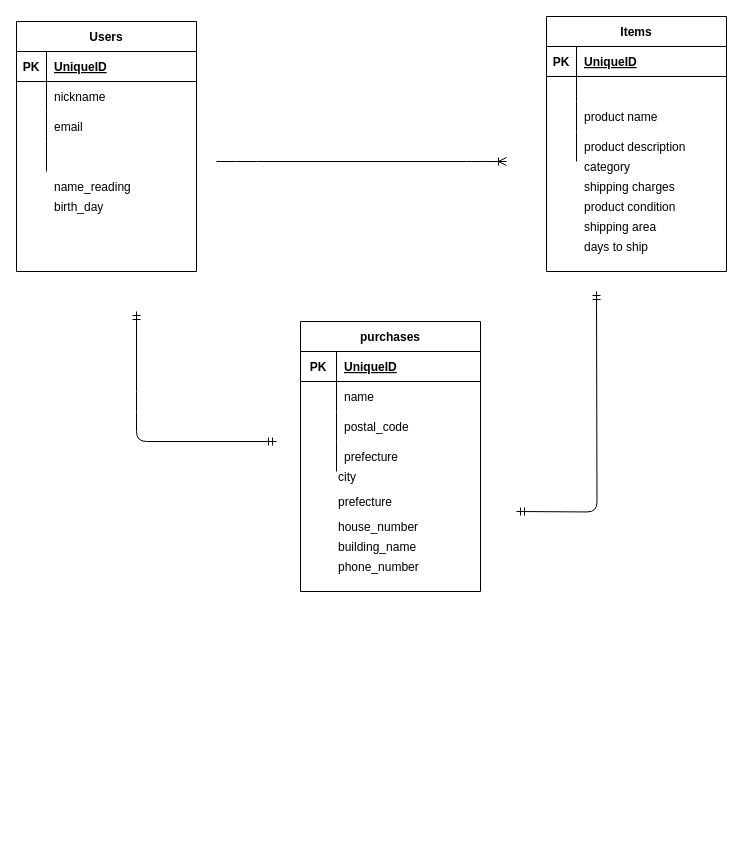
This is test.dio from YAIBA4869/furima-36468, a draw.io file, before an edit. Source tidied: cells renumbered, new cells numbered last; positions are measured from the earlier drawing's top-left corner, leaving out a move shared by most shapes. Both pictures are drawn from the tidied source at 100%, with x=0, y=0 at pixel (16, 16).
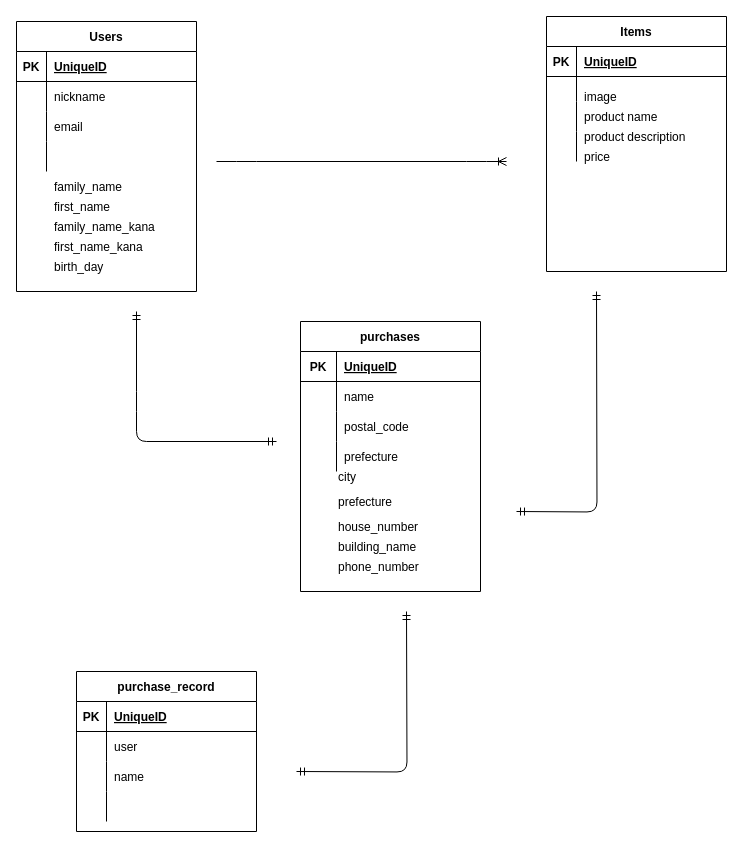
After the change.

The change refers to these unchanged cells:
```xml
<mxCell id="25" style="shape=partialRectangle;fillColor=none;top=0;left=0;bottom=0;right=0;" parent="15" vertex="1">
  <mxGeometry y="115" width="180" height="30" as="geometry" />
</mxCell>
<mxCell id="41" style="shape=partialRectangle;fillColor=none;top=0;left=0;bottom=0;right=0;" parent="1" vertex="1">
  <mxGeometry y="155" width="180" height="30" as="geometry" />
</mxCell>
```

Diff of the diagram source:
```diff
@@
     <mxCell id="2" value="Users" style="shape=table;startSize=30;childLayout=tableLayout;rowLines=0;fontStyle=1;align=center;" parent="1" vertex="1">
-      <mxGeometry y="5" width="180" height="250" as="geometry" />
+      <mxGeometry y="5" width="180" height="270" as="geometry" />
     </mxCell>
@@
-    <mxCell id="27" value="product description" style="shape=partialRectangle;fillColor=none;top=0;left=0;bottom=0;right=0;align=left;spacingLeft=6;overflow=hidden;" parent="25" vertex="1">
+    <mxCell id="27" style="shape=partialRectangle;fillColor=none;top=0;left=0;bottom=0;right=0;align=left;spacingLeft=6;overflow=hidden;" parent="25" vertex="1">
       <mxGeometry x="30" width="150" height="30" as="geometry" />
     </mxCell>
@@
-    <mxCell id="43" value="name_reading" style="shape=partialRectangle;fillColor=none;top=0;left=0;bottom=0;right=0;align=left;spacingLeft=6;overflow=hidden;" parent="41" vertex="1">
+    <mxCell id="43" value="family_name" style="shape=partialRectangle;fillColor=none;top=0;left=0;bottom=0;right=0;align=left;spacingLeft=6;overflow=hidden;" parent="41" vertex="1">
       <mxGeometry x="30" width="150" height="30" as="geometry" />
     </mxCell>
-    <mxCell id="44" value="category" style="shape=partialRectangle;fillColor=none;top=0;left=0;bottom=0;right=0;align=left;spacingLeft=6;overflow=hidden;" parent="1" vertex="1">
-      <mxGeometry x="560" y="135" width="150" height="30" as="geometry" />
-    </mxCell>
-    <mxCell id="45" value="shipping area" style="shape=partialRectangle;fillColor=none;top=0;left=0;bottom=0;right=0;align=left;spacingLeft=6;overflow=hidden;" parent="1" vertex="1">
-      <mxGeometry x="560" y="195" width="150" height="30" as="geometry" />
-    </mxCell>
-    <mxCell id="46" value="product condition" style="shape=partialRectangle;fillColor=none;top=0;left=0;bottom=0;right=0;align=left;spacingLeft=6;overflow=hidden;" parent="1" vertex="1">
-      <mxGeometry x="560" y="175" width="150" height="30" as="geometry" />
-    </mxCell>
-    <mxCell id="47" value="shipping charges" style="shape=partialRectangle;fillColor=none;top=0;left=0;bottom=0;right=0;align=left;spacingLeft=6;overflow=hidden;" parent="1" vertex="1">
-      <mxGeometry x="560" y="155" width="150" height="30" as="geometry" />
-    </mxCell>
     <mxCell id="48" style="shape=partialRectangle;fillColor=none;top=0;left=0;bottom=0;right=0;" parent="1" vertex="1">
-      <mxGeometry y="175" width="180" height="30" as="geometry" />
+      <mxGeometry y="235" width="180" height="30" as="geometry" />
     </mxCell>
@@
-    <mxCell id="51" value="days to ship" style="shape=partialRectangle;fillColor=none;top=0;left=0;bottom=0;right=0;align=left;spacingLeft=6;overflow=hidden;" parent="1" vertex="1">
-      <mxGeometry x="560" y="215" width="150" height="30" as="geometry" />
-    </mxCell>
@@
+    <mxCell id="60" style="shape=partialRectangle;fillColor=none;top=0;left=0;bottom=0;right=0;" parent="1" vertex="1">
+      <mxGeometry y="215" width="180" height="30" as="geometry" />
+    </mxCell>
+    <mxCell id="61" style="shape=partialRectangle;fillColor=none;top=0;left=0;bottom=0;right=0;overflow=hidden;" parent="60" vertex="1">
+      <mxGeometry width="30" height="30" as="geometry" />
+    </mxCell>
+    <mxCell id="62" value="first_name_kana" style="shape=partialRectangle;fillColor=none;top=0;left=0;bottom=0;right=0;align=left;spacingLeft=6;overflow=hidden;" parent="60" vertex="1">
+      <mxGeometry x="30" width="150" height="30" as="geometry" />
+    </mxCell>
+    <mxCell id="63" style="shape=partialRectangle;fillColor=none;top=0;left=0;bottom=0;right=0;" parent="1" vertex="1">
+      <mxGeometry y="175" width="180" height="30" as="geometry" />
+    </mxCell>
+    <mxCell id="64" style="shape=partialRectangle;fillColor=none;top=0;left=0;bottom=0;right=0;overflow=hidden;" parent="63" vertex="1">
+      <mxGeometry width="30" height="30" as="geometry" />
+    </mxCell>
+    <mxCell id="65" value="first_name" style="shape=partialRectangle;fillColor=none;top=0;left=0;bottom=0;right=0;align=left;spacingLeft=6;overflow=hidden;" parent="63" vertex="1">
+      <mxGeometry x="30" width="150" height="30" as="geometry" />
+    </mxCell>
+    <mxCell id="66" style="shape=partialRectangle;fillColor=none;top=0;left=0;bottom=0;right=0;" parent="1" vertex="1">
+      <mxGeometry y="195" width="180" height="30" as="geometry" />
+    </mxCell>
+    <mxCell id="67" style="shape=partialRectangle;fillColor=none;top=0;left=0;bottom=0;right=0;overflow=hidden;" parent="66" vertex="1">
+      <mxGeometry width="30" height="30" as="geometry" />
+    </mxCell>
+    <mxCell id="68" value="family_name_kana" style="shape=partialRectangle;fillColor=none;top=0;left=0;bottom=0;right=0;align=left;spacingLeft=6;overflow=hidden;" parent="66" vertex="1">
+      <mxGeometry x="30" width="150" height="30" as="geometry" />
+    </mxCell>
+    <mxCell id="69" value="image" style="shape=partialRectangle;fillColor=none;top=0;left=0;bottom=0;right=0;align=left;spacingLeft=6;overflow=hidden;" parent="1" vertex="1">
+      <mxGeometry x="560" y="65" width="150" height="30" as="geometry" />
+    </mxCell>
+    <mxCell id="70" value="product description" style="shape=partialRectangle;fillColor=none;top=0;left=0;bottom=0;right=0;align=left;spacingLeft=6;overflow=hidden;" parent="1" vertex="1">
+      <mxGeometry x="560" y="105" width="150" height="30" as="geometry" />
+    </mxCell>
+    <mxCell id="71" value="price" style="shape=partialRectangle;fillColor=none;top=0;left=0;bottom=0;right=0;align=left;spacingLeft=6;overflow=hidden;" parent="1" vertex="1">
+      <mxGeometry x="560" y="125" width="150" height="30" as="geometry" />
+    </mxCell>
+    <mxCell id="72" value="purchase_record" style="shape=table;startSize=30;childLayout=tableLayout;rowLines=0;fontStyle=1;align=center;" parent="1" vertex="1">
+      <mxGeometry x="60" y="655" width="180" height="160" as="geometry" />
+    </mxCell>
+    <mxCell id="73" style="shape=partialRectangle;fillColor=none;top=0;left=0;bottom=1;right=0;" parent="72" vertex="1">
+      <mxGeometry y="30" width="180" height="30" as="geometry" />
+    </mxCell>
+    <mxCell id="74" value="PK" style="shape=partialRectangle;fillColor=none;top=0;left=0;bottom=0;right=0;fontStyle=1;overflow=hidden;" parent="73" vertex="1">
+      <mxGeometry width="30" height="30" as="geometry" />
+    </mxCell>
+    <mxCell id="75" value="UniqueID" style="shape=partialRectangle;fillColor=none;top=0;left=0;bottom=0;right=0;align=left;spacingLeft=6;fontStyle=5;overflow=hidden;" parent="73" vertex="1">
+      <mxGeometry x="30" width="150" height="30" as="geometry" />
+    </mxCell>
+    <mxCell id="76" style="shape=partialRectangle;fillColor=none;top=0;left=0;bottom=0;right=0;" parent="72" vertex="1">
+      <mxGeometry y="60" width="180" height="30" as="geometry" />
+    </mxCell>
+    <mxCell id="77" style="shape=partialRectangle;fillColor=none;top=0;left=0;bottom=0;right=0;overflow=hidden;" parent="76" vertex="1">
+      <mxGeometry width="30" height="30" as="geometry" />
+    </mxCell>
+    <mxCell id="78" value="user" style="shape=partialRectangle;fillColor=none;top=0;left=0;bottom=0;right=0;align=left;spacingLeft=6;overflow=hidden;" parent="76" vertex="1">
+      <mxGeometry x="30" width="150" height="30" as="geometry" />
+    </mxCell>
+    <mxCell id="79" style="shape=partialRectangle;fillColor=none;top=0;left=0;bottom=0;right=0;" parent="72" vertex="1">
+      <mxGeometry y="90" width="180" height="30" as="geometry" />
+    </mxCell>
+    <mxCell id="80" style="shape=partialRectangle;fillColor=none;top=0;left=0;bottom=0;right=0;overflow=hidden;" parent="79" vertex="1">
+      <mxGeometry width="30" height="30" as="geometry" />
+    </mxCell>
+    <mxCell id="81" value="name" style="shape=partialRectangle;fillColor=none;top=0;left=0;bottom=0;right=0;align=left;spacingLeft=6;overflow=hidden;" parent="79" vertex="1">
+      <mxGeometry x="30" width="150" height="30" as="geometry" />
+    </mxCell>
+    <mxCell id="82" style="shape=partialRectangle;fillColor=none;top=0;left=0;bottom=0;right=0;" parent="72" vertex="1">
+      <mxGeometry y="120" width="180" height="30" as="geometry" />
+    </mxCell>
+    <mxCell id="83" style="shape=partialRectangle;fillColor=none;top=0;left=0;bottom=0;right=0;overflow=hidden;" parent="82" vertex="1">
+      <mxGeometry width="30" height="30" as="geometry" />
+    </mxCell>
+    <mxCell id="84" style="shape=partialRectangle;fillColor=none;top=0;left=0;bottom=0;right=0;align=left;spacingLeft=6;overflow=hidden;" parent="82" vertex="1">
+      <mxGeometry x="30" width="150" height="30" as="geometry" />
+    </mxCell>
+    <mxCell id="85" style="edgeStyle=orthogonalEdgeStyle;fontSize=12;html=1;endArrow=ERmandOne;startArrow=ERmandOne;fontColor=#FFFFFF;" parent="1" edge="1">
+      <mxGeometry relative="1" as="geometry">
+        <mxPoint x="280" y="755" as="sourcePoint" />
+        <mxPoint x="390" y="595" as="targetPoint" />
+      </mxGeometry>
+    </mxCell>
```
